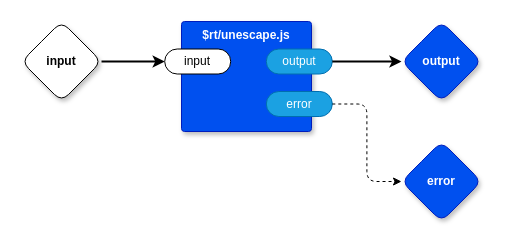
guitarvydas/kinopio2md keeps this draw.io diagram as page "Unescape Whitespace" (7 of 7) of src/top.drawio. Above is the earlier version. Source tidied: cells renumbered, new cells numbered last; positions are measured from the earlier drawing's top-left corner, leaving out a move shared by most shapes. Both pictures are drawn from the tidied source at 100%, with x=0, y=0 at pixel (21, 21).
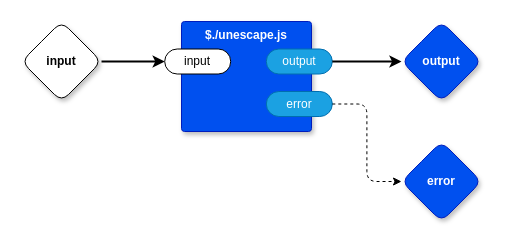
The same page after the edit.

Change to the diagram source:
```diff
@@
 <mxGraphModel>
   <root>
     <mxCell id="0" />
     <mxCell id="1" parent="0" />
-    <mxCell id="2" value="$rt/unescape.js" style="rounded=1;whiteSpace=wrap;html=1;sketch=0;verticalAlign=top;arcSize=6;fontStyle=1;absoluteArcSize=1;shadow=1;strokeColor=#001DBC;fillColor=#0050ef;fontColor=#ffffff;" parent="1" vertex="1">
+    <mxCell id="2" value="$./unescape.js" style="rounded=1;whiteSpace=wrap;html=1;sketch=0;verticalAlign=top;arcSize=6;fontStyle=1;absoluteArcSize=1;shadow=1;strokeColor=#001DBC;fillColor=#0050ef;fontColor=#ffffff;" parent="1" vertex="1">
       <mxGeometry x="160" width="130" height="110" as="geometry" />
     </mxCell>
     <mxCell id="3" value="input" style="rounded=1;whiteSpace=wrap;html=1;sketch=0;points=[[0,0.5,0,0,0],[1,0.5,0,0,0]];arcSize=50;" parent="2" vertex="1">
       <mxGeometry x="-16.8" y="27.5" width="66" height="25" as="geometry" />
     </mxCell>
     <mxCell id="4" value="output" style="rounded=1;whiteSpace=wrap;html=1;sketch=0;points=[[0,0.5,0,0,0],[1,0.5,0,0,0]];fillColor=#1ba1e2;fontColor=#ffffff;strokeColor=#006EAF;arcSize=50;" parent="2" vertex="1">
       <mxGeometry x="84.8" y="27.5" width="66" height="25" as="geometry" />
     </mxCell>
     <mxCell id="5" value="error" style="rounded=1;whiteSpace=wrap;html=1;sketch=0;points=[[0,0.5,0,0,0],[1,0.5,0,0,0]];fillColor=#1ba1e2;fontColor=#ffffff;strokeColor=#006EAF;arcSize=50;" parent="2" vertex="1">
       <mxGeometry x="84.8" y="70" width="66" height="25" as="geometry" />
     </mxCell>
     <mxCell id="6" style="edgeStyle=orthogonalEdgeStyle;rounded=0;jettySize=auto;html=1;exitX=1;exitY=0.5;exitDx=0;exitDy=0;exitPerimeter=0;strokeWidth=2;" parent="1" edge="1" source="7" target="3">
       <mxGeometry relative="1" as="geometry" />
     </mxCell>
     <mxCell id="7" value="input" style="rhombus;whiteSpace=wrap;html=1;rounded=1;fontStyle=1;glass=0;sketch=0;fontSize=12;points=[[0,0.5,0,0,0],[0.5,0,0,0,0],[0.5,1,0,0,0],[1,0.5,0,0,0]];shadow=1;" parent="1" vertex="1">
       <mxGeometry width="80" height="80" as="geometry" />
     </mxCell>
     <mxCell id="8" value="output" style="rhombus;whiteSpace=wrap;html=1;rounded=1;fillColor=#0050ef;fontColor=#ffffff;strokeColor=#001DBC;fontStyle=1;glass=0;sketch=0;fontSize=12;points=[[0,0.5,0,0,0],[0.5,0,0,0,0],[0.5,1,0,0,0],[1,0.5,0,0,0]];shadow=1;" parent="1" vertex="1">
       <mxGeometry x="380" width="80" height="80" as="geometry" />
     </mxCell>
     <mxCell id="9" style="edgeStyle=orthogonalEdgeStyle;rounded=0;jettySize=auto;html=1;exitX=1;exitY=0.5;exitDx=0;exitDy=0;exitPerimeter=0;strokeWidth=2;" parent="1" edge="1" source="4" target="8">
       <mxGeometry relative="1" as="geometry" />
     </mxCell>
     <mxCell id="10" value="error" style="rhombus;whiteSpace=wrap;html=1;rounded=1;fillColor=#0050ef;fontColor=#ffffff;strokeColor=#001DBC;fontStyle=1;glass=0;sketch=0;fontSize=12;points=[[0,0.5,0,0,0],[0.5,0,0,0,0],[0.5,1,0,0,0],[1,0.5,0,0,0]];shadow=1;" parent="1" vertex="1">
       <mxGeometry x="380" y="120" width="80" height="80" as="geometry" />
     </mxCell>
     <mxCell id="11" style="edgeStyle=orthogonalEdgeStyle;rounded=1;jettySize=auto;html=1;exitX=1;exitY=0.5;exitDx=0;exitDy=0;exitPerimeter=0;entryX=0;entryY=0.5;entryDx=0;entryDy=0;entryPerimeter=0;dashed=1;" parent="1" edge="1" source="5" target="10">
       <mxGeometry relative="1" as="geometry" />
     </mxCell>
   </root>
 </mxGraphModel>
```
